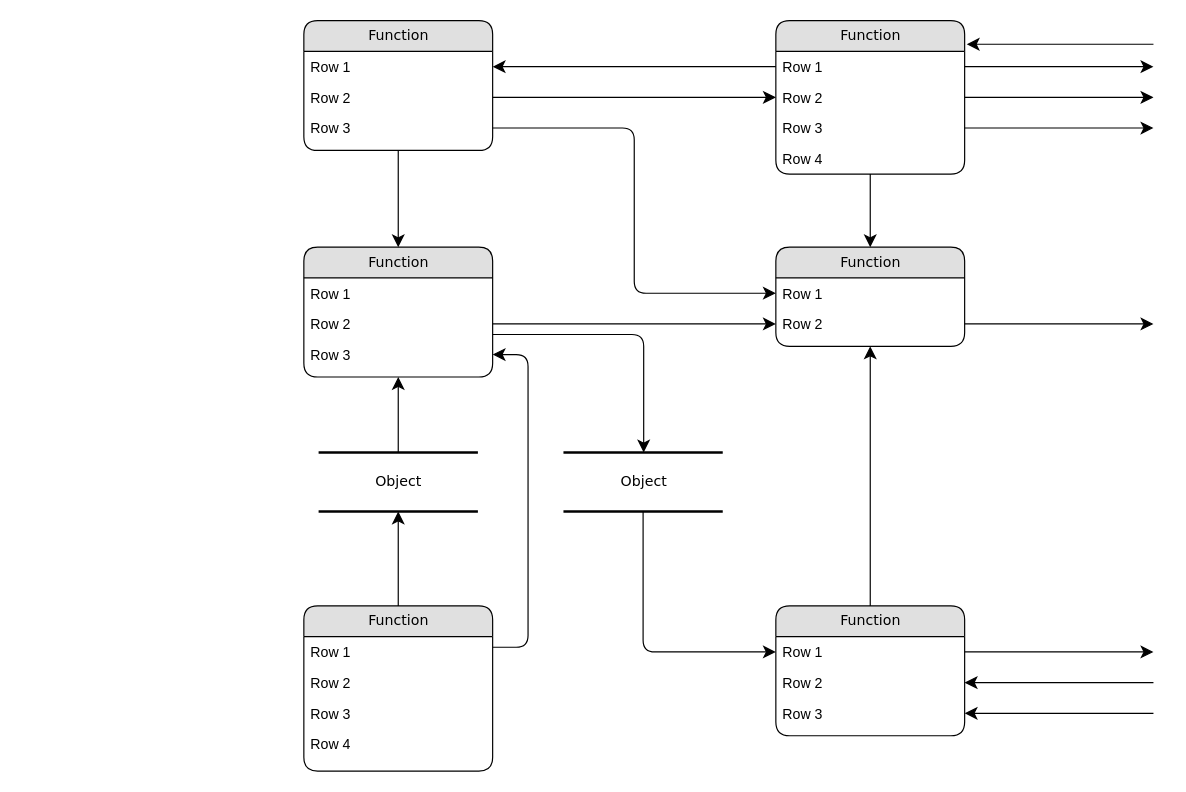
Earlier version of the draw.io diagram Untitled Diagram.drawio (jordaneaster/90Express). Source tidied: cells renumbered, new cells numbered last; positions are measured from the earlier drawing's top-left corner, leaving out a move shared by most shapes. Both pictures are drawn from the tidied source at 118%, with x=0, y=0 at pixel (303, 20).
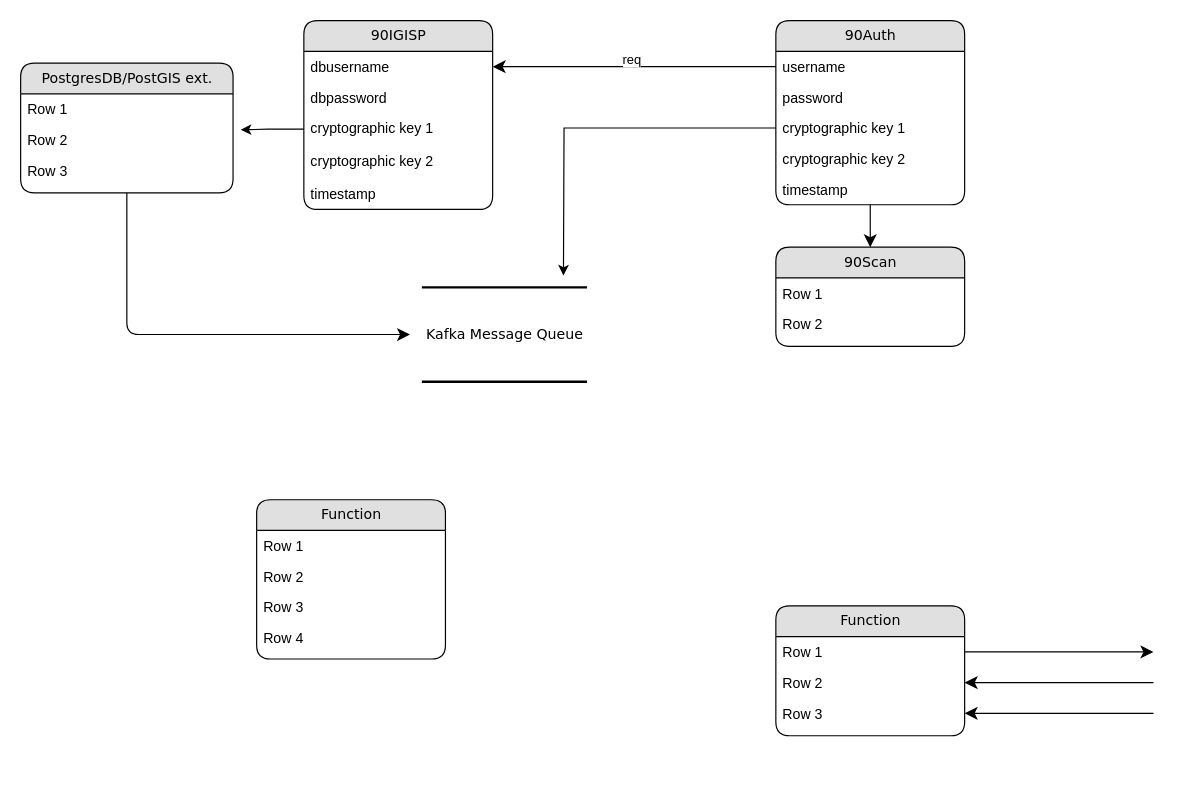
The same diagram, later.

The change refers to these unchanged cells:
```xml
<mxCell id="22" value="Row 1" style="text;html=1;strokeColor=none;fillColor=none;spacingLeft=4;spacingRight=4;whiteSpace=wrap;overflow=hidden;points=[[0,0.5],[1,0.5]];portConstraint=eastwest;" parent="21" vertex="1">
  <mxGeometry y="26" width="160" height="26" as="geometry" />
</mxCell>
<mxCell id="23" value="Row 2" style="text;html=1;strokeColor=none;fillColor=none;spacingLeft=4;spacingRight=4;whiteSpace=wrap;overflow=hidden;points=[[0,0.5],[1,0.5]];portConstraint=eastwest;" parent="21" vertex="1">
  <mxGeometry y="52" width="160" height="26" as="geometry" />
</mxCell>
<mxCell id="24" value="Function" style="swimlane;html=1;fontStyle=0;horizontal=1;startSize=26;fillColor=#e0e0e0;swimlaneFillColor=#ffffff;align=center;rounded=1;shadow=0;comic=0;labelBackgroundColor=none;strokeWidth=1;fontFamily=Verdana;fontSize=12;" parent="1" vertex="1">
  <mxGeometry x="400" y="496" width="160" height="110" as="geometry" />
</mxCell>
<mxCell id="25" value="Row 1" style="text;html=1;strokeColor=none;fillColor=none;spacingLeft=4;spacingRight=4;whiteSpace=wrap;overflow=hidden;points=[[0,0.5],[1,0.5]];portConstraint=eastwest;" parent="24" vertex="1">
  <mxGeometry y="26" width="160" height="26" as="geometry" />
</mxCell>
```

What changed in the source:
```diff
@@
-    <mxCell id="2" value="Object" style="html=1;rounded=0;shadow=0;comic=0;labelBackgroundColor=none;strokeWidth=2;fontFamily=Verdana;fontSize=12;align=center;shape=mxgraph.ios7ui.horLines;" parent="1" vertex="1">
-      <mxGeometry x="12.5" y="366" width="135" height="50" as="geometry" />
-    </mxCell>
-    <mxCell id="3" value="Function" style="swimlane;html=1;fontStyle=0;horizontal=1;startSize=26;fillColor=#e0e0e0;swimlaneFillColor=#ffffff;align=center;rounded=1;shadow=0;comic=0;labelBackgroundColor=none;strokeWidth=1;fontFamily=Verdana;fontSize=12;" parent="1" vertex="1">
-      <mxGeometry width="160" height="110" as="geometry" />
+    <mxCell id="3" value="90IGISP" style="swimlane;html=1;fontStyle=0;horizontal=1;startSize=26;fillColor=#e0e0e0;swimlaneFillColor=#ffffff;align=center;rounded=1;shadow=0;comic=0;labelBackgroundColor=none;strokeWidth=1;fontFamily=Verdana;fontSize=12;" parent="1" vertex="1">
+      <mxGeometry width="160" height="160" as="geometry" />
     </mxCell>
-    <mxCell id="4" value="Row 1" style="text;html=1;strokeColor=none;fillColor=none;spacingLeft=4;spacingRight=4;whiteSpace=wrap;overflow=hidden;points=[[0,0.5],[1,0.5]];portConstraint=eastwest;" parent="3" vertex="1">
-      <mxGeometry y="26" width="160" height="26" as="geometry" />
-    </mxCell>
-    <mxCell id="5" value="Row 2" style="text;html=1;strokeColor=none;fillColor=none;spacingLeft=4;spacingRight=4;whiteSpace=wrap;overflow=hidden;points=[[0,0.5],[1,0.5]];portConstraint=eastwest;" parent="3" vertex="1">
-      <mxGeometry y="52" width="160" height="26" as="geometry" />
+    <mxCell id="5" value="dbusername" style="text;html=1;strokeColor=none;fillColor=none;spacingLeft=4;spacingRight=4;whiteSpace=wrap;overflow=hidden;points=[[0,0.5],[1,0.5]];portConstraint=eastwest;" parent="3" vertex="1">
+      <mxGeometry y="26" width="160" height="26" as="geometry" />
     </mxCell>
-    <mxCell id="6" value="Row 3" style="text;html=1;strokeColor=none;fillColor=none;spacingLeft=4;spacingRight=4;whiteSpace=wrap;overflow=hidden;points=[[0,0.5],[1,0.5]];portConstraint=eastwest;" parent="3" vertex="1">
-      <mxGeometry y="78" width="160" height="26" as="geometry" />
+    <mxCell id="6" value="dbpassword" style="text;html=1;strokeColor=none;fillColor=none;spacingLeft=4;spacingRight=4;whiteSpace=wrap;overflow=hidden;points=[[0,0.5],[1,0.5]];portConstraint=eastwest;" parent="3" vertex="1">
+      <mxGeometry y="52" width="160" height="26" as="geometry" />
     </mxCell>
+    <mxCell id="49" value="cryptographic key 1" style="text;html=1;strokeColor=none;fillColor=none;spacingLeft=4;spacingRight=4;whiteSpace=wrap;overflow=hidden;points=[[0,0.5],[1,0.5]];portConstraint=eastwest;" parent="3" vertex="1">
+      <mxGeometry y="78" width="160" height="28" as="geometry" />
+    </mxCell>
+    <mxCell id="50" value="cryptographic key 2" style="text;html=1;strokeColor=none;fillColor=none;spacingLeft=4;spacingRight=4;whiteSpace=wrap;overflow=hidden;" parent="3" vertex="1">
+      <mxGeometry y="106" width="160" height="28" as="geometry" />
+    </mxCell>
+    <mxCell id="51" value="timestamp" style="text;html=1;strokeColor=none;fillColor=none;spacingLeft=4;spacingRight=4;whiteSpace=wrap;overflow=hidden;" parent="3" vertex="1">
+      <mxGeometry y="134" width="160" height="26" as="geometry" />
+    </mxCell>
-    <mxCell id="7" value="Function" style="swimlane;html=1;fontStyle=0;horizontal=1;startSize=26;fillColor=#e0e0e0;swimlaneFillColor=#ffffff;align=center;rounded=1;shadow=0;comic=0;labelBackgroundColor=none;strokeWidth=1;fontFamily=Verdana;fontSize=12;" parent="1" vertex="1">
-      <mxGeometry x="400" width="160" height="130" as="geometry" />
+    <mxCell id="7" value="90Auth" style="swimlane;html=1;fontStyle=0;horizontal=1;startSize=26;fillColor=#e0e0e0;swimlaneFillColor=#ffffff;align=center;rounded=1;shadow=0;comic=0;labelBackgroundColor=none;strokeWidth=1;fontFamily=Verdana;fontSize=12;" parent="1" vertex="1">
+      <mxGeometry x="400" width="160" height="156" as="geometry" />
     </mxCell>
-    <mxCell id="8" value="Row 1" style="text;html=1;strokeColor=none;fillColor=none;spacingLeft=4;spacingRight=4;whiteSpace=wrap;overflow=hidden;points=[[0,0.5],[1,0.5]];portConstraint=eastwest;" parent="7" vertex="1">
+    <mxCell id="8" value="username" style="text;html=1;strokeColor=none;fillColor=none;spacingLeft=4;spacingRight=4;whiteSpace=wrap;overflow=hidden;points=[[0,0.5],[1,0.5]];portConstraint=eastwest;" parent="7" vertex="1">
       <mxGeometry y="26" width="160" height="26" as="geometry" />
     </mxCell>
-    <mxCell id="9" value="Row 2" style="text;html=1;strokeColor=none;fillColor=none;spacingLeft=4;spacingRight=4;whiteSpace=wrap;overflow=hidden;points=[[0,0.5],[1,0.5]];portConstraint=eastwest;" parent="7" vertex="1">
+    <mxCell id="9" value="password" style="text;html=1;strokeColor=none;fillColor=none;spacingLeft=4;spacingRight=4;whiteSpace=wrap;overflow=hidden;points=[[0,0.5],[1,0.5]];portConstraint=eastwest;" parent="7" vertex="1">
       <mxGeometry y="52" width="160" height="26" as="geometry" />
     </mxCell>
+    <mxCell id="52" style="edgeStyle=orthogonalEdgeStyle;rounded=0;jettySize=auto;html=1;exitX=0;exitY=0.5;exitDx=0;exitDy=0;" parent="7" edge="1" source="53">
+      <mxGeometry relative="1" as="geometry">
+        <mxPoint x="-180" y="216" as="targetPoint" />
+      </mxGeometry>
+    </mxCell>
+    <mxCell id="53" value="cryptographic key 1" style="text;html=1;strokeColor=none;fillColor=none;spacingLeft=4;spacingRight=4;whiteSpace=wrap;overflow=hidden;points=[[0,0.5],[1,0.5]];portConstraint=eastwest;" parent="7" vertex="1">
+      <mxGeometry y="78" width="160" height="26" as="geometry" />
+    </mxCell>
-    <mxCell id="10" value="Row 3" style="text;html=1;strokeColor=none;fillColor=none;spacingLeft=4;spacingRight=4;whiteSpace=wrap;overflow=hidden;points=[[0,0.5],[1,0.5]];portConstraint=eastwest;" parent="7" vertex="1">
-      <mxGeometry y="78" width="160" height="26" as="geometry" />
+    <mxCell id="10" value="cryptographic key 2" style="text;html=1;strokeColor=none;fillColor=none;spacingLeft=4;spacingRight=4;whiteSpace=wrap;overflow=hidden;points=[[0,0.5],[1,0.5]];portConstraint=eastwest;" parent="7" vertex="1">
+      <mxGeometry y="104" width="160" height="26" as="geometry" />
     </mxCell>
-    <mxCell id="11" value="Row 4" style="text;html=1;strokeColor=none;fillColor=none;spacingLeft=4;spacingRight=4;whiteSpace=wrap;overflow=hidden;" parent="7" vertex="1">
-      <mxGeometry y="104" width="160" height="26" as="geometry" />
+    <mxCell id="11" value="timestamp" style="text;html=1;strokeColor=none;fillColor=none;spacingLeft=4;spacingRight=4;whiteSpace=wrap;overflow=hidden;" parent="7" vertex="1">
+      <mxGeometry y="130" width="160" height="26" as="geometry" />
     </mxCell>
-    <mxCell id="12" value="Function" style="swimlane;html=1;fontStyle=0;horizontal=1;startSize=26;fillColor=#e0e0e0;swimlaneFillColor=#ffffff;align=center;rounded=1;shadow=0;comic=0;labelBackgroundColor=none;strokeWidth=1;fontFamily=Verdana;fontSize=12;" parent="1" vertex="1">
-      <mxGeometry y="192" width="160" height="110" as="geometry" />
+    <mxCell id="12" value="PostgresDB/PostGIS ext." style="swimlane;html=1;fontStyle=0;horizontal=1;startSize=26;fillColor=#e0e0e0;swimlaneFillColor=#ffffff;align=center;rounded=1;shadow=0;comic=0;labelBackgroundColor=none;strokeWidth=1;fontFamily=Verdana;fontSize=12;" parent="1" vertex="1">
+      <mxGeometry x="-240" y="36" width="180" height="110" as="geometry" />
     </mxCell>
     <mxCell id="13" value="Row 1" style="text;html=1;strokeColor=none;fillColor=none;spacingLeft=4;spacingRight=4;whiteSpace=wrap;overflow=hidden;" parent="12" vertex="1">
-      <mxGeometry y="26" width="160" height="26" as="geometry" />
+      <mxGeometry y="26" width="180" height="26" as="geometry" />
     </mxCell>
     <mxCell id="14" value="Row 2" style="text;html=1;strokeColor=none;fillColor=none;spacingLeft=4;spacingRight=4;whiteSpace=wrap;overflow=hidden;points=[[0,0.5],[1,0.5]];portConstraint=eastwest;" parent="12" vertex="1">
-      <mxGeometry y="52" width="160" height="26" as="geometry" />
+      <mxGeometry y="52" width="180" height="26" as="geometry" />
     </mxCell>
     <mxCell id="15" value="Row 3" style="text;html=1;strokeColor=none;fillColor=none;spacingLeft=4;spacingRight=4;whiteSpace=wrap;overflow=hidden;points=[[0,0.5],[1,0.5]];portConstraint=eastwest;" parent="12" vertex="1">
-      <mxGeometry y="78" width="160" height="26" as="geometry" />
+      <mxGeometry y="78" width="180" height="26" as="geometry" />
     </mxCell>
     <mxCell id="16" value="Function" style="swimlane;html=1;fontStyle=0;horizontal=1;startSize=26;fillColor=#e0e0e0;swimlaneFillColor=#ffffff;align=center;rounded=1;shadow=0;comic=0;labelBackgroundColor=none;strokeWidth=1;fontFamily=Verdana;fontSize=12;" parent="1" vertex="1">
-      <mxGeometry y="496" width="160" height="140" as="geometry" />
+      <mxGeometry x="-40" y="406" width="160" height="135" as="geometry" />
     </mxCell>
@@
-    <mxCell id="21" value="Function" style="swimlane;html=1;fontStyle=0;horizontal=1;startSize=26;fillColor=#e0e0e0;swimlaneFillColor=#ffffff;align=center;rounded=1;shadow=0;comic=0;labelBackgroundColor=none;strokeWidth=1;fontFamily=Verdana;fontSize=12;" parent="1" vertex="1">
+    <mxCell id="21" value="90Scan" style="swimlane;html=1;fontStyle=0;horizontal=1;startSize=26;fillColor=#e0e0e0;swimlaneFillColor=#ffffff;align=center;rounded=1;shadow=0;comic=0;labelBackgroundColor=none;strokeWidth=1;fontFamily=Verdana;fontSize=12;" parent="1" vertex="1">
       <mxGeometry x="400" y="192" width="160" height="84" as="geometry" />
     </mxCell>
@@
-    <mxCell id="28" value="Object" style="html=1;rounded=0;shadow=0;comic=0;labelBackgroundColor=none;strokeWidth=2;fontFamily=Verdana;fontSize=12;align=center;shape=mxgraph.ios7ui.horLines;" parent="1" vertex="1">
-      <mxGeometry x="220" y="366" width="135" height="50" as="geometry" />
+    <mxCell id="28" value="Kafka Message Queue" style="html=1;rounded=0;shadow=0;comic=0;labelBackgroundColor=none;strokeWidth=2;fontFamily=Verdana;fontSize=12;align=center;shape=mxgraph.ios7ui.horLines;" parent="1" vertex="1">
+      <mxGeometry x="100" y="226" width="140" height="80" as="geometry" />
     </mxCell>
-    <mxCell id="29" style="edgeStyle=none;html=1;labelBackgroundColor=none;startFill=0;startSize=8;endFill=1;endSize=8;fontFamily=Verdana;fontSize=12;" parent="1" edge="1" source="16" target="2">
-      <mxGeometry relative="1" as="geometry" />
-    </mxCell>
-    <mxCell id="30" style="edgeStyle=none;html=1;labelBackgroundColor=none;startFill=0;startSize=8;endFill=1;endSize=8;fontFamily=Verdana;fontSize=12;" parent="1" edge="1" source="2" target="12">
-      <mxGeometry relative="1" as="geometry" />
-    </mxCell>
-    <mxCell id="31" style="edgeStyle=orthogonalEdgeStyle;html=1;labelBackgroundColor=none;startFill=0;startSize=8;endFill=1;endSize=8;fontFamily=Verdana;fontSize=12;exitX=1;exitY=0.25;entryX=1;entryY=0.5;" parent="1" edge="1" source="16" target="15">
-      <mxGeometry relative="1" as="geometry">
-        <Array as="points">
-          <mxPoint x="190" y="531" />
-          <mxPoint x="190" y="283" />
-        </Array>
-      </mxGeometry>
-    </mxCell>
-    <mxCell id="32" style="edgeStyle=orthogonalEdgeStyle;html=1;labelBackgroundColor=none;startFill=0;startSize=8;endFill=1;endSize=8;fontFamily=Verdana;fontSize=12;" parent="1" edge="1" source="28" target="25">
-      <mxGeometry x="-0.13" y="32" relative="1" as="geometry" />
-    </mxCell>
-    <mxCell id="33" style="edgeStyle=orthogonalEdgeStyle;html=1;labelBackgroundColor=none;startFill=0;startSize=8;endFill=1;endSize=8;fontFamily=Verdana;fontSize=12;" parent="1" edge="1" source="12" target="28">
+    <mxCell id="33" style="edgeStyle=orthogonalEdgeStyle;html=1;labelBackgroundColor=none;startFill=0;startSize=8;endFill=1;endSize=8;fontFamily=Verdana;fontSize=12;" parent="1" edge="1" source="12">
       <mxGeometry relative="1" as="geometry">
+        <mxPoint x="90" y="266" as="targetPoint" />
         <Array as="points">
-          <mxPoint x="288" y="266" />
+          <mxPoint x="-150" y="266" />
         </Array>
       </mxGeometry>
     </mxCell>
-    <mxCell id="34" style="edgeStyle=orthogonalEdgeStyle;html=1;labelBackgroundColor=none;startFill=0;startSize=8;endFill=1;endSize=8;fontFamily=Verdana;fontSize=12;" parent="1" edge="1" source="3" target="12">
-      <mxGeometry relative="1" as="geometry" />
-    </mxCell>
-    <mxCell id="35" style="edgeStyle=orthogonalEdgeStyle;html=1;labelBackgroundColor=none;startFill=0;startSize=8;endFill=1;endSize=8;fontFamily=Verdana;fontSize=12;" parent="1" edge="1" source="24" target="21">
-      <mxGeometry relative="1" as="geometry" />
-    </mxCell>
@@
-    <mxCell id="37" style="edgeStyle=orthogonalEdgeStyle;html=1;entryX=0;entryY=0.5;labelBackgroundColor=none;startFill=0;startSize=8;endFill=1;endSize=8;fontFamily=Verdana;fontSize=12;exitX=1;exitY=0.5;" parent="1" edge="1" source="5" target="9">
-      <mxGeometry relative="1" as="geometry" />
-    </mxCell>
-    <mxCell id="38" style="edgeStyle=orthogonalEdgeStyle;html=1;exitX=0;exitY=0.5;entryX=1;entryY=0.5;labelBackgroundColor=none;startFill=0;startSize=8;endFill=1;endSize=8;fontFamily=Verdana;fontSize=12;" parent="1" edge="1" source="8" target="4">
-      <mxGeometry relative="1" as="geometry" />
+    <mxCell id="38" style="edgeStyle=orthogonalEdgeStyle;html=1;exitX=0;exitY=0.5;entryX=1;entryY=0.5;labelBackgroundColor=none;startFill=0;startSize=8;endFill=1;endSize=8;fontFamily=Verdana;fontSize=12;" parent="1" edge="1" source="8">
+      <mxGeometry relative="1" as="geometry">
+        <mxPoint x="160" y="39" as="targetPoint" />
+      </mxGeometry>
     </mxCell>
-    <mxCell id="39" style="edgeStyle=orthogonalEdgeStyle;html=1;exitX=1;exitY=0.5;entryX=0;entryY=0.5;labelBackgroundColor=none;startFill=0;startSize=8;endFill=1;endSize=8;fontFamily=Verdana;fontSize=12;" parent="1" edge="1" source="6" target="22">
-      <mxGeometry relative="1" as="geometry" />
-    </mxCell>
-    <mxCell id="40" style="edgeStyle=orthogonalEdgeStyle;html=1;exitX=1;exitY=0.5;entryX=0;entryY=0.5;labelBackgroundColor=none;startFill=0;startSize=8;endFill=1;endSize=8;fontFamily=Verdana;fontSize=12;" parent="1" edge="1" source="14" target="23">
-      <mxGeometry relative="1" as="geometry" />
-    </mxCell>
-    <mxCell id="41" style="edgeStyle=orthogonalEdgeStyle;html=1;labelBackgroundColor=none;startFill=0;startSize=8;endFill=1;endSize=8;fontFamily=Verdana;fontSize=12;" parent="1" edge="1" source="23">
-      <mxGeometry relative="1" as="geometry">
-        <mxPoint x="720" y="257" as="targetPoint" />
-      </mxGeometry>
-    </mxCell>
+    <mxCell id="54" value="req" style="edgeLabel;html=1;align=center;verticalAlign=middle;" parent="38" vertex="1">
+      <mxGeometry x="0.02" y="-7" relative="1" as="geometry" />
+    </mxCell>
@@
-    <mxCell id="45" style="edgeStyle=orthogonalEdgeStyle;html=1;exitX=1;exitY=0.5;labelBackgroundColor=none;startFill=0;startSize=8;endFill=1;endSize=8;fontFamily=Verdana;fontSize=12;" parent="1" edge="1" source="8">
-      <mxGeometry relative="1" as="geometry">
-        <mxPoint x="720" y="39" as="targetPoint" />
-      </mxGeometry>
-    </mxCell>
-    <mxCell id="46" style="edgeStyle=orthogonalEdgeStyle;html=1;exitX=1;exitY=0.5;labelBackgroundColor=none;startFill=0;startSize=8;endFill=1;endSize=8;fontFamily=Verdana;fontSize=12;" parent="1" edge="1" source="9">
-      <mxGeometry relative="1" as="geometry">
-        <mxPoint x="720" y="65" as="targetPoint" />
-      </mxGeometry>
-    </mxCell>
-    <mxCell id="47" style="edgeStyle=orthogonalEdgeStyle;html=1;exitX=1;exitY=0.5;labelBackgroundColor=none;startFill=0;startSize=8;endFill=1;endSize=8;fontFamily=Verdana;fontSize=12;" parent="1" edge="1" source="10">
-      <mxGeometry relative="1" as="geometry">
-        <mxPoint x="720" y="91" as="targetPoint" />
-      </mxGeometry>
-    </mxCell>
-    <mxCell id="48" style="edgeStyle=elbowEdgeStyle;html=1;labelBackgroundColor=none;startFill=0;startSize=8;endFill=1;endSize=8;fontFamily=Verdana;fontSize=12;elbow=vertical;entryX=1.011;entryY=0.152;entryPerimeter=0;" parent="1" edge="1" target="7">
-      <mxGeometry relative="1" as="geometry">
-        <mxPoint x="720" y="20" as="sourcePoint" />
-        <Array as="points">
-          <mxPoint x="650" y="20" />
-        </Array>
-      </mxGeometry>
-    </mxCell>
+    <mxCell id="55" style="edgeStyle=orthogonalEdgeStyle;rounded=0;jettySize=auto;html=1;exitX=0;exitY=0.5;exitDx=0;exitDy=0;entryX=1.036;entryY=0.174;entryDx=0;entryDy=0;entryPerimeter=0;" parent="1" edge="1" source="49" target="14">
+      <mxGeometry relative="1" as="geometry" />
+    </mxCell>
```
